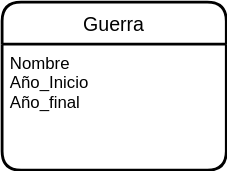
Before: UD12-4.svg, a diagram exported from draw.io (Jimxx22/C3-UD11-UML). Source tidied: cells renumbered, new cells last; positions are measured from the earlier drawing's top-left corner, leaving out a move shared by most shapes.
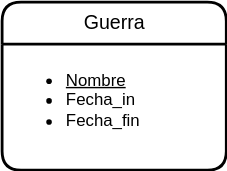
The same file after the commit.

What changed in the source:
```diff
@@ -2,11 +2,11 @@
   <root>
     <mxCell id="0" />
     <mxCell id="1" parent="0" />
-    <mxCell id="2" value="Guerra" style="swimlane;horizontal=1;startSize=30;rounded=1;fontSize=14;fontStyle=0;strokeWidth=2;shadow=0;dashed=0;align=center;" parent="1" vertex="1">
+    <mxCell id="2" value="Guerra" style="swimlane;horizontal=1;startSize=30;rounded=1;fontSize=14;fontStyle=0;strokeWidth=2;shadow=0;dashed=0;align=center;glass=0;fillColor=default;html=1;" parent="1" vertex="1">
       <mxGeometry width="160" height="120" as="geometry" />
     </mxCell>
-    <mxCell id="3" value="Nombre&#10;Año_Inicio&#10;Año_final" style="align=left;strokeColor=none;fillColor=none;spacingLeft=4;fontSize=12;verticalAlign=top;" parent="2" vertex="1">
-      <mxGeometry y="30" width="160" height="90" as="geometry" />
-    </mxCell>
+    <mxCell id="4" value="&lt;ul&gt;&lt;li&gt;&lt;span style=&quot;background-color: initial;&quot;&gt;&lt;u&gt;Nombre&lt;/u&gt;&lt;/span&gt;&lt;/li&gt;&lt;li&gt;Fecha_in&lt;/li&gt;&lt;li&gt;Fecha_fin&lt;/li&gt;&lt;/ul&gt;" style="align=left;strokeColor=none;fillColor=none;spacingLeft=4;fontSize=12;verticalAlign=top;rounded=0;glass=0;html=1;" parent="2" vertex="1">
+      <mxGeometry y="30" width="160" height="90" as="geometry" />
+    </mxCell>
   </root>
 </mxGraphModel>
```
